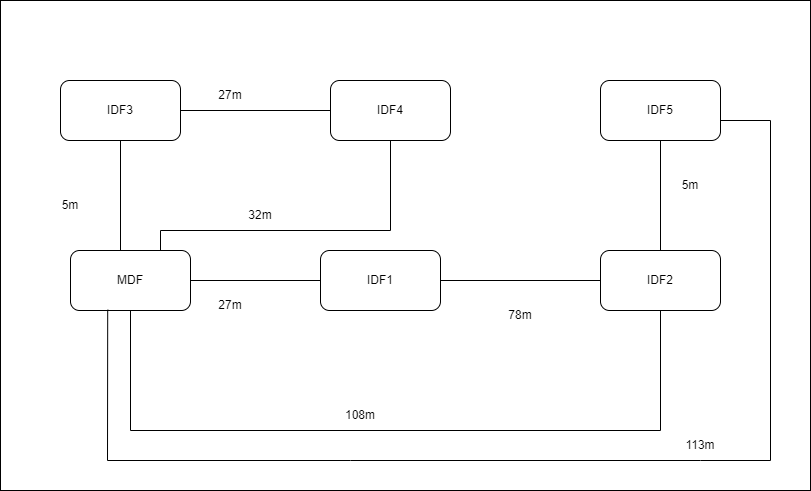
The draw.io diagram DF.png in CSavu/Proiect-CPNP, before a commit. Source tidied: cells renumbered, new cells last; positions are measured from the earlier drawing's top-left corner, leaving out a move shared by most shapes.
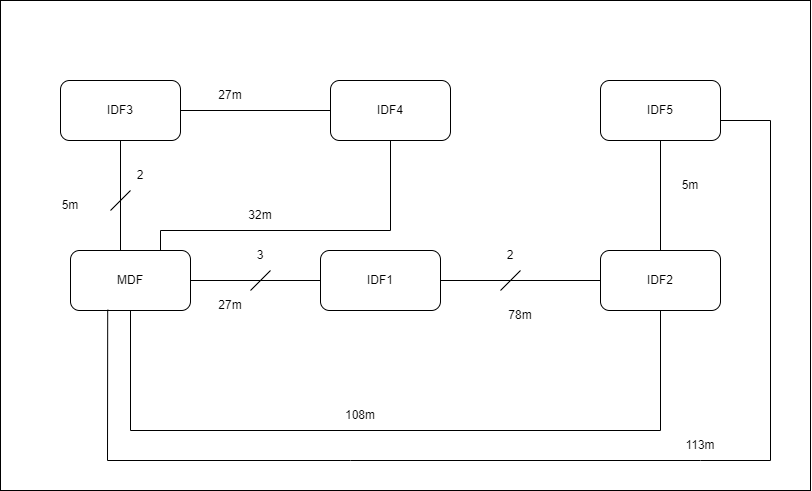
After the change.

Change to the diagram source:
```diff
@@ -94,5 +94,32 @@
     <mxCell id="24" value="113m" style="text;html=1;align=center;verticalAlign=middle;whiteSpace=wrap;rounded=0;" parent="1" vertex="1">
       <mxGeometry x="670" y="430" width="60" height="30" as="geometry" />
     </mxCell>
+    <mxCell id="25" style="endArrow=none;html=1;rounded=0;" parent="1" edge="1">
+      <mxGeometry relative="1" as="geometry">
+        <mxPoint x="110" y="210" as="sourcePoint" />
+        <mxPoint x="130" y="190" as="targetPoint" />
+      </mxGeometry>
+    </mxCell>
+    <mxCell id="26" value="2" style="text;html=1;align=center;verticalAlign=middle;whiteSpace=wrap;rounded=0;" parent="1" vertex="1">
+      <mxGeometry x="110" y="160" width="60" height="30" as="geometry" />
+    </mxCell>
+    <mxCell id="27" style="endArrow=none;html=1;rounded=0;" parent="1" edge="1">
+      <mxGeometry relative="1" as="geometry">
+        <mxPoint x="250" y="290" as="sourcePoint" />
+        <mxPoint x="270" y="270" as="targetPoint" />
+      </mxGeometry>
+    </mxCell>
+    <mxCell id="28" style="endArrow=none;html=1;rounded=0;" parent="1" edge="1">
+      <mxGeometry relative="1" as="geometry">
+        <mxPoint x="500" y="290" as="sourcePoint" />
+        <mxPoint x="520" y="270" as="targetPoint" />
+      </mxGeometry>
+    </mxCell>
+    <mxCell id="29" value="3" style="text;html=1;align=center;verticalAlign=middle;whiteSpace=wrap;rounded=0;" parent="1" vertex="1">
+      <mxGeometry x="230" y="240" width="60" height="30" as="geometry" />
+    </mxCell>
+    <mxCell id="30" value="2" style="text;html=1;align=center;verticalAlign=middle;whiteSpace=wrap;rounded=0;" parent="1" vertex="1">
+      <mxGeometry x="480" y="240" width="60" height="30" as="geometry" />
+    </mxCell>
   </root>
 </mxGraphModel>
```
